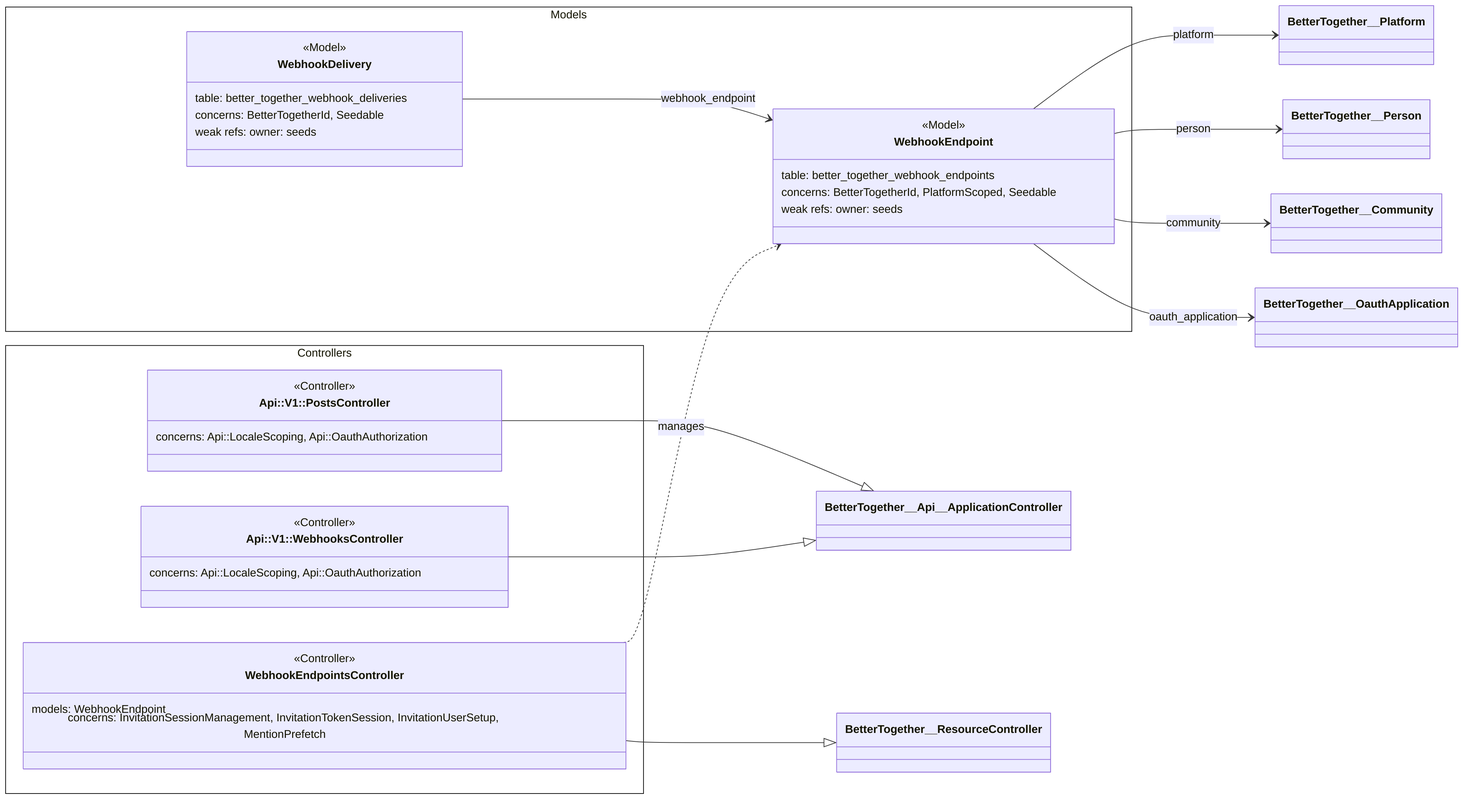
better-together-org/community-engine-rails keeps this Mermaid diagram as docs/diagrams/exports/png/ce_integrations_webhooks_rails_layers.png. Above is the earlier version. Its source is kept beside it as docs/diagrams/source/ce_integrations_webhooks_rails_layers.mmd.
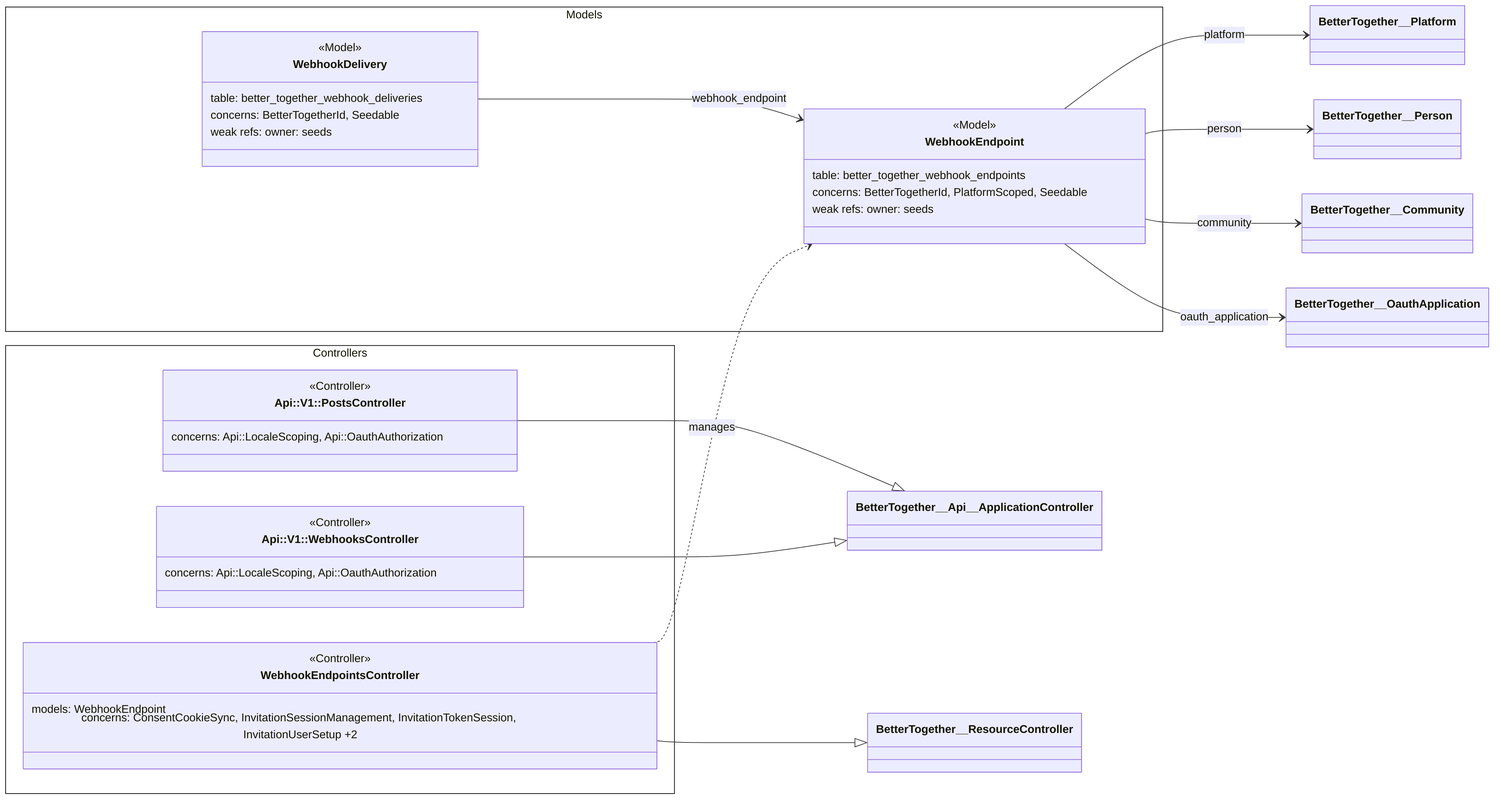
After the commit.

Diff of the diagram source:
```diff
@@ -13,7 +13,7 @@
     class BetterTogether__WebhookEndpointsController["WebhookEndpointsController"] {
       <<Controller>>
       models: WebhookEndpoint
-      concerns: InvitationSessionManagement, InvitationTokenSession, InvitationUserSetup, MentionPrefetch
+      concerns: ConsentCookieSync, InvitationSessionManagement, InvitationTokenSession, InvitationUserSetup +2
     }
   }
 
```
